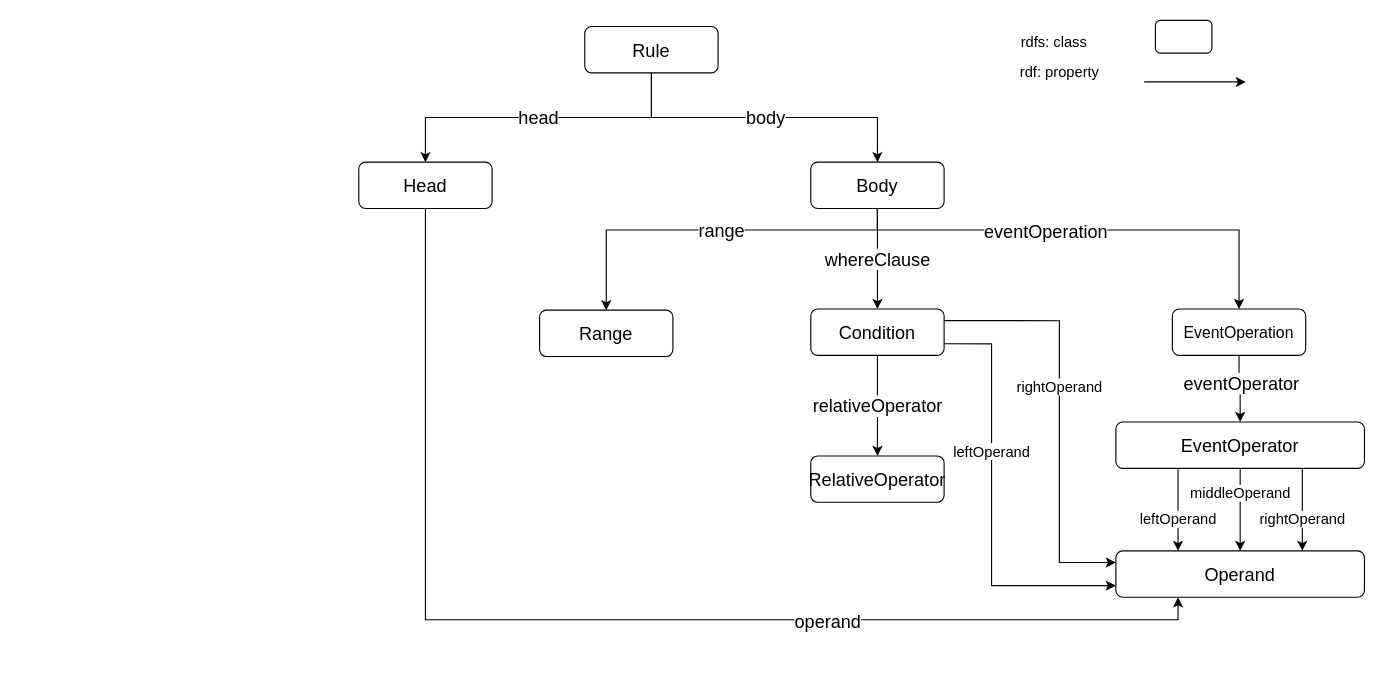
Before: Untitled Diagram.drawio in Haoyu-R/appendix, a draw.io diagram. Source tidied: cells renumbered, new cells numbered last; positions are measured from the earlier drawing's top-left corner, leaving out a move shared by most shapes. Both pictures are drawn from the tidied source at 113%, with x=0, y=0 at pixel (358, 19).
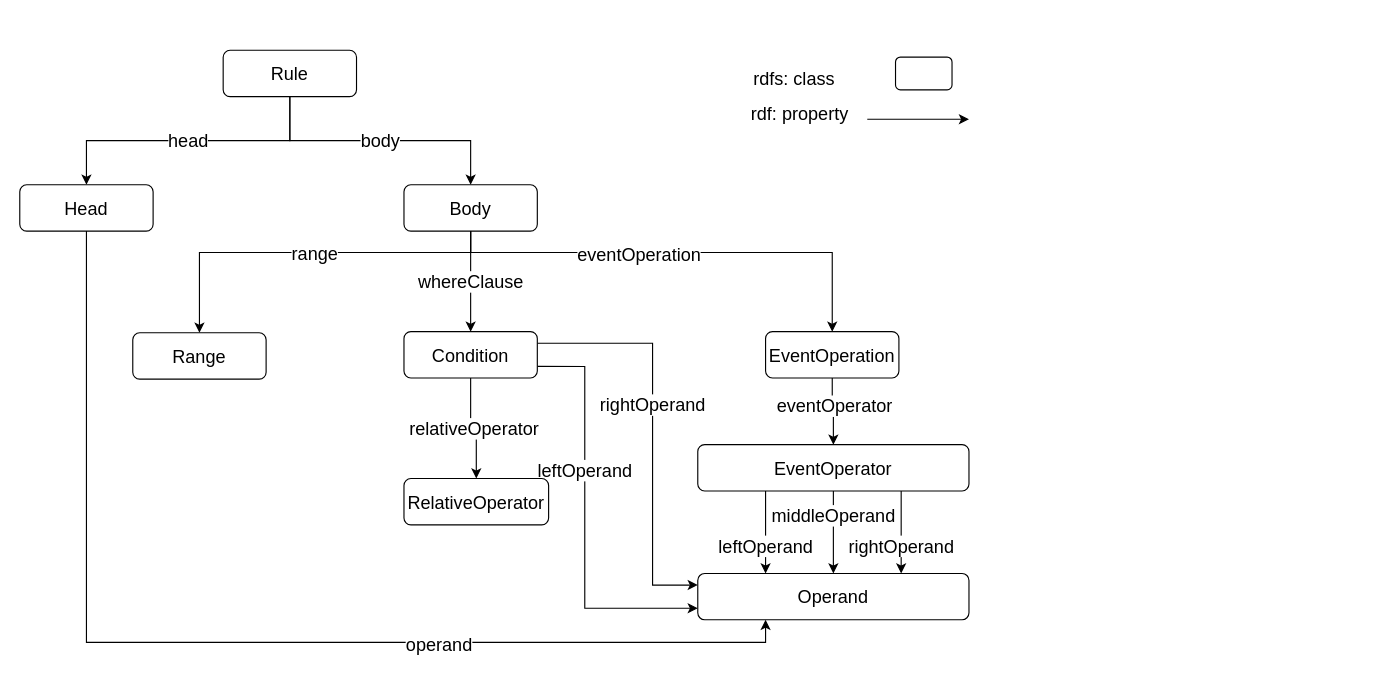
Above is the later version.

The edit, as a diff of the source:
```diff
@@
-    <mxCell id="2" value="&lt;div&gt;head&lt;/div&gt;" style="edgeStyle=orthogonalEdgeStyle;rounded=0;jettySize=auto;html=1;exitX=0.5;exitY=1;exitDx=0;exitDy=0;entryX=0.5;entryY=0;entryDx=0;entryDy=0;fontSize=16;" parent="1" edge="1" source="4" target="7">
+    <mxCell id="2" value="&lt;div style=&quot;font-size: 16px;&quot;&gt;head&lt;/div&gt;" style="edgeStyle=orthogonalEdgeStyle;rounded=0;jettySize=auto;html=1;exitX=0.5;exitY=1;exitDx=0;exitDy=0;entryX=0.5;entryY=0;entryDx=0;entryDy=0;fontSize=16;" parent="1" edge="1" source="4" target="7">
       <mxGeometry relative="1" as="geometry" />
     </mxCell>
@@
     <mxCell id="4" value="Rule" style="rounded=1;whiteSpace=wrap;html=1;fontSize=16;" parent="1" vertex="1">
-      <mxGeometry x="200" y="6" width="118" height="41" as="geometry" />
+      <mxGeometry x="-120" y="27" width="118" height="41" as="geometry" />
     </mxCell>
@@
     <mxCell id="7" value="Head" style="rounded=1;whiteSpace=wrap;html=1;fontSize=16;" parent="1" vertex="1">
-      <mxGeometry y="126" width="118" height="41" as="geometry" />
+      <mxGeometry x="-300" y="146" width="118" height="41" as="geometry" />
     </mxCell>
     <mxCell id="8" style="edgeStyle=orthogonalEdgeStyle;rounded=0;jettySize=auto;html=1;exitX=0.5;exitY=1;exitDx=0;exitDy=0;fontSize=16;" parent="1" edge="1" source="13" target="16">
       <mxGeometry relative="1" as="geometry">
         <Array as="points">
-          <mxPoint x="459" y="186" />
-          <mxPoint x="779" y="186" />
+          <mxPoint x="99" y="206" />
+          <mxPoint x="419" y="206" />
         </Array>
       </mxGeometry>
     </mxCell>
@@
     <mxCell id="11" style="edgeStyle=orthogonalEdgeStyle;rounded=0;jettySize=auto;html=1;exitX=0.5;exitY=1;exitDx=0;exitDy=0;fontSize=16;" parent="1" edge="1" source="13" target="21">
       <mxGeometry relative="1" as="geometry">
         <Array as="points">
-          <mxPoint x="459" y="186" />
-          <mxPoint x="219" y="186" />
+          <mxPoint x="99" y="206" />
+          <mxPoint x="-141" y="206" />
         </Array>
       </mxGeometry>
     </mxCell>
@@
     <mxCell id="13" value="Body" style="rounded=1;whiteSpace=wrap;html=1;fontSize=16;" parent="1" vertex="1">
-      <mxGeometry x="400" y="126" width="118" height="41" as="geometry" />
+      <mxGeometry x="40" y="146" width="118" height="41" as="geometry" />
     </mxCell>
@@
-    <mxCell id="16" value="&lt;font style=&quot;font-size: 14px&quot;&gt;EventOperation&lt;/font&gt;" style="rounded=1;whiteSpace=wrap;html=1;" parent="1" vertex="1">
-      <mxGeometry x="720" y="256" width="118" height="41" as="geometry" />
+    <mxCell id="16" value="&lt;font style=&quot;font-size: 16px;&quot;&gt;EventOperation&lt;/font&gt;" style="rounded=1;whiteSpace=wrap;html=1;fontSize=16;" parent="1" vertex="1">
+      <mxGeometry x="360" y="276" width="118" height="41" as="geometry" />
     </mxCell>
@@
-    <mxCell id="18" value="leftOperand" style="edgeStyle=orthogonalEdgeStyle;rounded=0;jettySize=auto;html=1;exitX=1;exitY=0.75;exitDx=0;exitDy=0;entryX=0;entryY=0.75;entryDx=0;entryDy=0;fontSize=13;" parent="1" edge="1" source="20" target="27">
+    <mxCell id="18" value="leftOperand" style="edgeStyle=orthogonalEdgeStyle;rounded=0;jettySize=auto;html=1;exitX=1;exitY=0.75;exitDx=0;exitDy=0;entryX=0;entryY=0.75;entryDx=0;entryDy=0;fontSize=16;" parent="1" edge="1" source="20" target="27">
       <mxGeometry x="-0.25" relative="1" as="geometry">
         <Array as="points">
-          <mxPoint x="560" y="287" />
-          <mxPoint x="560" y="501" />
+          <mxPoint x="200" y="307" />
+          <mxPoint x="200" y="521" />
         </Array>
       </mxGeometry>
     </mxCell>
-    <mxCell id="19" value="rightOperand" style="edgeStyle=orthogonalEdgeStyle;rounded=0;jettySize=auto;html=1;exitX=1;exitY=0.25;exitDx=0;exitDy=0;entryX=0;entryY=0.25;entryDx=0;entryDy=0;fontSize=13;" parent="1" edge="1" source="20" target="27">
+    <mxCell id="19" value="rightOperand" style="edgeStyle=orthogonalEdgeStyle;rounded=0;jettySize=auto;html=1;exitX=1;exitY=0.25;exitDx=0;exitDy=0;entryX=0;entryY=0.25;entryDx=0;entryDy=0;fontSize=16;" parent="1" edge="1" source="20" target="27">
       <mxGeometry x="-0.12" relative="1" as="geometry">
         <Array as="points">
-          <mxPoint x="620" y="266" />
-          <mxPoint x="620" y="480" />
+          <mxPoint x="260" y="286" />
+          <mxPoint x="260" y="500" />
         </Array>
       </mxGeometry>
     </mxCell>
     <mxCell id="20" value="Condition" style="rounded=1;whiteSpace=wrap;html=1;fontSize=16;" parent="1" vertex="1">
-      <mxGeometry x="400" y="256" width="118" height="41" as="geometry" />
+      <mxGeometry x="40" y="276" width="118" height="41" as="geometry" />
     </mxCell>
     <mxCell id="21" value="Range" style="rounded=1;whiteSpace=wrap;html=1;fontSize=16;" parent="1" vertex="1">
-      <mxGeometry x="160" y="257" width="118" height="41" as="geometry" />
+      <mxGeometry x="-200" y="277" width="118" height="41" as="geometry" />
     </mxCell>
-    <mxCell id="22" value="middleOperand" style="edgeStyle=orthogonalEdgeStyle;rounded=0;jettySize=auto;html=1;exitX=0.5;exitY=1;exitDx=0;exitDy=0;entryX=0.5;entryY=0;entryDx=0;entryDy=0;fontSize=13;" parent="1" edge="1" source="25" target="27">
+    <mxCell id="22" value="middleOperand" style="edgeStyle=orthogonalEdgeStyle;rounded=0;jettySize=auto;html=1;exitX=0.5;exitY=1;exitDx=0;exitDy=0;entryX=0.5;entryY=0;entryDx=0;entryDy=0;fontSize=16;" parent="1" edge="1" source="25" target="27">
       <mxGeometry x="-0.4" relative="1" as="geometry" />
     </mxCell>
-    <mxCell id="23" value="rightOperand" style="edgeStyle=orthogonalEdgeStyle;rounded=0;jettySize=auto;html=1;exitX=0.75;exitY=1;exitDx=0;exitDy=0;entryX=0.75;entryY=0;entryDx=0;entryDy=0;fontSize=13;" parent="1" edge="1" source="25" target="27">
-      <mxGeometry x="0.24" relative="1" as="geometry" />
+    <mxCell id="23" value="rightOperand" style="edgeStyle=orthogonalEdgeStyle;rounded=0;jettySize=auto;html=1;exitX=0.75;exitY=1;exitDx=0;exitDy=0;entryX=0.75;entryY=0;entryDx=0;entryDy=0;fontSize=16;" parent="1" edge="1" source="25" target="27">
+      <mxGeometry x="0.34" relative="1" as="geometry" />
     </mxCell>
-    <mxCell id="24" value="leftOperand" style="edgeStyle=orthogonalEdgeStyle;rounded=0;jettySize=auto;html=1;exitX=0.25;exitY=1;exitDx=0;exitDy=0;entryX=0.25;entryY=0;entryDx=0;entryDy=0;fontSize=13;" parent="1" edge="1" source="25" target="27">
-      <mxGeometry x="0.24" relative="1" as="geometry">
+    <mxCell id="24" value="leftOperand" style="edgeStyle=orthogonalEdgeStyle;rounded=0;jettySize=auto;html=1;exitX=0.25;exitY=1;exitDx=0;exitDy=0;entryX=0.25;entryY=0;entryDx=0;entryDy=0;fontSize=16;" parent="1" edge="1" source="25" target="27">
+      <mxGeometry x="0.34" relative="1" as="geometry">
         <Array as="points">
-          <mxPoint x="725" y="436" />
-          <mxPoint x="725" y="436" />
+          <mxPoint x="360" y="417" />
+          <mxPoint x="360" y="490" />
         </Array>
       </mxGeometry>
     </mxCell>
     <mxCell id="25" value="EventOperator" style="rounded=1;whiteSpace=wrap;html=1;fontSize=16;" parent="1" vertex="1">
-      <mxGeometry x="670" y="356" width="220" height="41" as="geometry" />
+      <mxGeometry x="300" y="376" width="240" height="41" as="geometry" />
     </mxCell>
     <mxCell id="26" value="RelativeOperator" style="rounded=1;whiteSpace=wrap;html=1;fontSize=16;" parent="1" vertex="1">
-      <mxGeometry x="400" y="386" width="118" height="41" as="geometry" />
+      <mxGeometry x="40" y="406" width="128" height="41" as="geometry" />
     </mxCell>
-    <mxCell id="27" value="Operand" style="rounded=1;whiteSpace=wrap;html=1;fontSize=16;" parent="1" vertex="1">
-      <mxGeometry x="670" y="470" width="220" height="41" as="geometry" />
+    <mxCell id="27" value="&lt;font style=&quot;font-size: 16px;&quot;&gt;Operand&lt;/font&gt;" style="rounded=1;whiteSpace=wrap;html=1;fontSize=16;" parent="1" vertex="1">
+      <mxGeometry x="300" y="490" width="240" height="41" as="geometry" />
     </mxCell>
-    <mxCell id="28" style="rounded=1;whiteSpace=wrap;html=1;fontSize=13;" parent="1" vertex="1">
-      <mxGeometry x="705" y="0.5" width="50" height="29" as="geometry" />
+    <mxCell id="28" style="rounded=1;whiteSpace=wrap;html=1;fontSize=16;" parent="1" vertex="1">
+      <mxGeometry x="475" y="33" width="50" height="29" as="geometry" />
     </mxCell>
-    <mxCell id="29" value="rdfs: class" style="text;html=1;align=center;verticalAlign=middle;strokeColor=none;fontSize=13;" parent="1" vertex="1">
-      <mxGeometry x="580" y="9.5" width="70" height="20" as="geometry" />
+    <mxCell id="29" value="rdfs: class" style="text;html=1;align=center;verticalAlign=middle;strokeColor=none;fontSize=16;" parent="1" vertex="1">
+      <mxGeometry x="340" y="42" width="90" height="20" as="geometry" />
     </mxCell>
-    <mxCell id="30" value="rdf: property" style="text;html=1;align=center;verticalAlign=middle;strokeColor=none;fontSize=13;" parent="1" vertex="1">
-      <mxGeometry x="575" y="35.5" width="90" height="20" as="geometry" />
+    <mxCell id="30" value="rdf: property" style="text;html=1;align=center;verticalAlign=middle;strokeColor=none;fontSize=16;" parent="1" vertex="1">
+      <mxGeometry x="340" y="73" width="100" height="20" as="geometry" />
     </mxCell>
-    <mxCell id="31" style="endArrow=classic;html=1;fontSize=13;" parent="1" edge="1">
+    <mxCell id="31" style="endArrow=classic;html=1;fontSize=16;" parent="1" edge="1">
       <mxGeometry relative="1" as="geometry">
-        <mxPoint x="695" y="55" as="sourcePoint" />
-        <mxPoint x="785" y="55" as="targetPoint" />
+        <mxPoint x="450" y="88" as="sourcePoint" />
+        <mxPoint x="540" y="88" as="targetPoint" />
       </mxGeometry>
     </mxCell>
```
